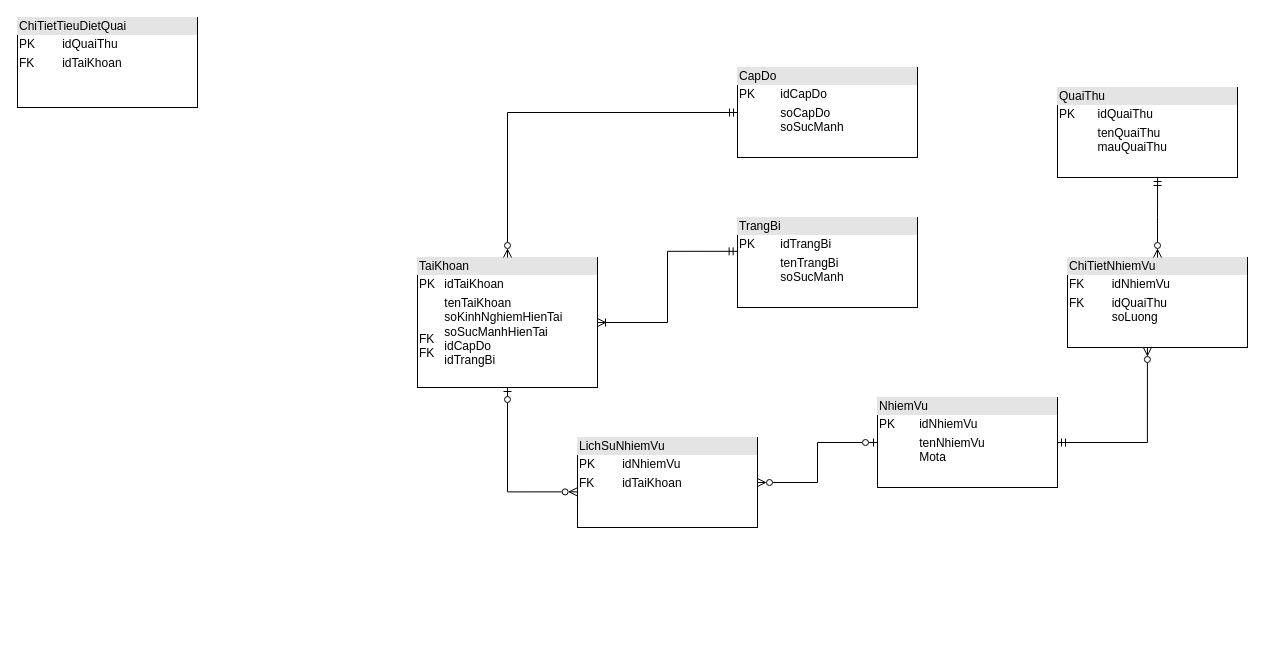
Before: docs/erd/ERD.drawio in khoavu1831/rpg_console, a draw.io diagram. Source tidied: cells renumbered, new cells numbered last; positions are measured from the earlier drawing's top-left corner, leaving out a move shared by most shapes. Both pictures are drawn from the tidied source at 100%, with x=0, y=0 at pixel (17, 17).
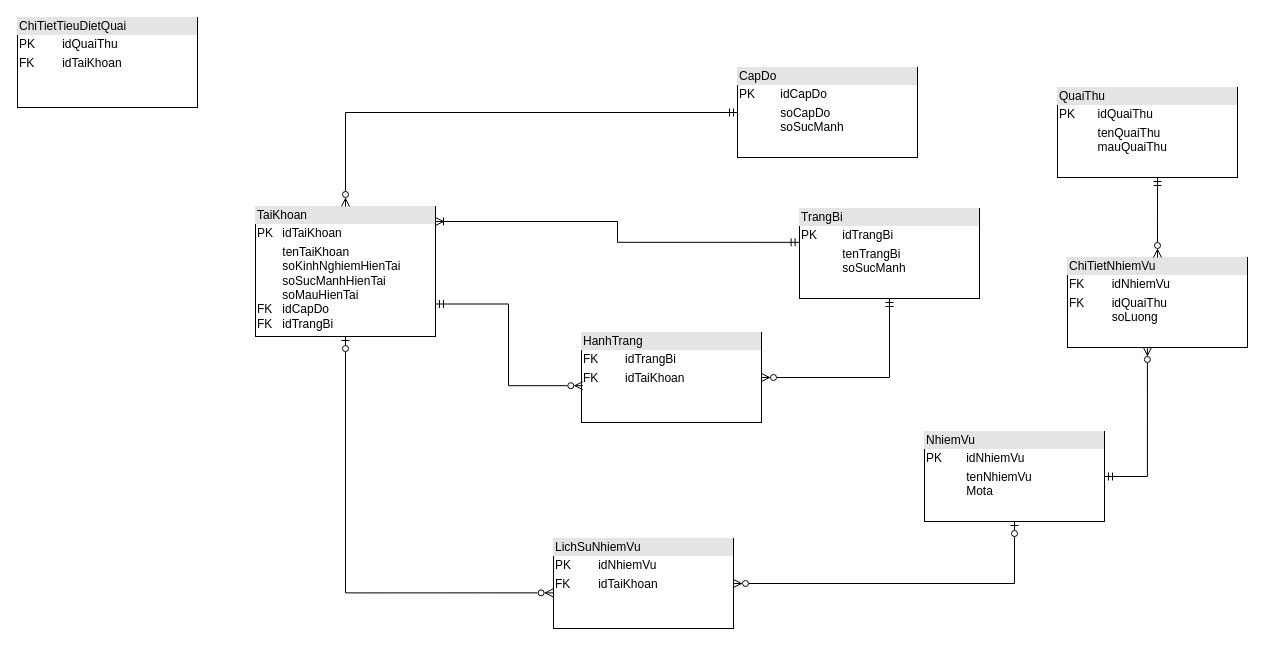
Above is the later version.

Commit message:
docs: cập nhật bản vẽ ERD

Change to the diagram source:
```diff
@@
-    <mxCell id="2" value="&lt;div style=&quot;box-sizing: border-box; width: 100%; background: rgb(228, 228, 228); padding: 2px;&quot;&gt;TaiKhoan&lt;/div&gt;&lt;table style=&quot;width:100%;font-size:1em;&quot; cellpadding=&quot;2&quot; cellspacing=&quot;0&quot;&gt;&lt;tbody&gt;&lt;tr&gt;&lt;td&gt;PK&lt;/td&gt;&lt;td&gt;idTaiKhoan&lt;/td&gt;&lt;/tr&gt;&lt;tr&gt;&lt;td&gt;&lt;br&gt;&lt;br&gt;FK&lt;br&gt;FK&lt;/td&gt;&lt;td&gt;tenTaiKhoan&lt;br&gt;soKinhNghiemHienTai&lt;br&gt;soSucManhHienTai&lt;br&gt;idCapDo&lt;br&gt;idTrangBi&lt;/td&gt;&lt;/tr&gt;&lt;/tbody&gt;&lt;/table&gt;" style="verticalAlign=top;align=left;overflow=fill;html=1;whiteSpace=wrap;" parent="1" vertex="1">
-      <mxGeometry x="400" y="240" width="180" height="130" as="geometry" />
+    <mxCell id="2" value="&lt;div style=&quot;box-sizing: border-box; width: 100%; background: rgb(228, 228, 228); padding: 2px;&quot;&gt;TaiKhoan&lt;/div&gt;&lt;table style=&quot;width:100%;font-size:1em;&quot; cellpadding=&quot;2&quot; cellspacing=&quot;0&quot;&gt;&lt;tbody&gt;&lt;tr&gt;&lt;td&gt;PK&lt;/td&gt;&lt;td&gt;idTaiKhoan&lt;/td&gt;&lt;/tr&gt;&lt;tr&gt;&lt;td&gt;&lt;br&gt;&lt;br&gt;&lt;br&gt;&lt;br&gt;FK&lt;br&gt;FK&lt;/td&gt;&lt;td&gt;tenTaiKhoan&lt;br&gt;soKinhNghiemHienTai&lt;br&gt;soSucManhHienTai&lt;br&gt;soMauHienTai&lt;br&gt;idCapDo&lt;br&gt;idTrangBi&lt;/td&gt;&lt;/tr&gt;&lt;/tbody&gt;&lt;/table&gt;" style="verticalAlign=top;align=left;overflow=fill;html=1;whiteSpace=wrap;" parent="1" vertex="1">
+      <mxGeometry x="238" y="189" width="180" height="130" as="geometry" />
     </mxCell>
@@
     <mxCell id="6" value="&lt;div style=&quot;box-sizing: border-box; width: 100%; background: rgb(228, 228, 228); padding: 2px;&quot;&gt;TrangBi&lt;/div&gt;&lt;table style=&quot;width:100%;font-size:1em;&quot; cellpadding=&quot;2&quot; cellspacing=&quot;0&quot;&gt;&lt;tbody&gt;&lt;tr&gt;&lt;td&gt;PK&lt;/td&gt;&lt;td&gt;idTrangBi&lt;/td&gt;&lt;/tr&gt;&lt;tr&gt;&lt;td&gt;&lt;br&gt;&lt;br&gt;&lt;/td&gt;&lt;td&gt;tenTrangBi&lt;br&gt;soSucManh&lt;br&gt;&lt;/td&gt;&lt;/tr&gt;&lt;/tbody&gt;&lt;/table&gt;" style="verticalAlign=top;align=left;overflow=fill;html=1;whiteSpace=wrap;" parent="1" vertex="1">
-      <mxGeometry x="720" y="200" width="180" height="90" as="geometry" />
+      <mxGeometry x="782" y="191" width="180" height="90" as="geometry" />
     </mxCell>
     <mxCell id="7" style="edgeStyle=orthogonalEdgeStyle;rounded=0;jettySize=auto;html=1;entryX=-0.002;entryY=0.376;entryDx=0;entryDy=0;entryPerimeter=0;endArrow=ERmandOne;endFill=0;startArrow=ERoneToMany;startFill=0;" parent="1" edge="1" source="2" target="6">
-      <mxGeometry relative="1" as="geometry" />
+      <mxGeometry relative="1" as="geometry">
+        <Array as="points">
+          <mxPoint x="600" y="204" />
+          <mxPoint x="600" y="225" />
+        </Array>
+      </mxGeometry>
     </mxCell>
@@
     <mxCell id="9" value="&lt;div style=&quot;box-sizing: border-box; width: 100%; background: rgb(228, 228, 228); padding: 2px;&quot;&gt;NhiemVu&lt;/div&gt;&lt;table style=&quot;width:100%;font-size:1em;&quot; cellpadding=&quot;2&quot; cellspacing=&quot;0&quot;&gt;&lt;tbody&gt;&lt;tr&gt;&lt;td&gt;PK&lt;/td&gt;&lt;td&gt;idNhiemVu&lt;/td&gt;&lt;/tr&gt;&lt;tr&gt;&lt;td&gt;&lt;br&gt;&lt;br&gt;&lt;/td&gt;&lt;td&gt;tenNhiemVu&lt;br&gt;Mota&lt;br&gt;&lt;br&gt;&lt;/td&gt;&lt;/tr&gt;&lt;/tbody&gt;&lt;/table&gt;" style="verticalAlign=top;align=left;overflow=fill;html=1;whiteSpace=wrap;" parent="1" vertex="1">
-      <mxGeometry x="860" y="380" width="180" height="90" as="geometry" />
+      <mxGeometry x="907" y="414" width="180" height="90" as="geometry" />
     </mxCell>
@@
     <mxCell id="11" value="&lt;div style=&quot;box-sizing: border-box; width: 100%; background: rgb(228, 228, 228); padding: 2px;&quot;&gt;LichSuNhiemVu&lt;/div&gt;&lt;table style=&quot;width:100%;font-size:1em;&quot; cellpadding=&quot;2&quot; cellspacing=&quot;0&quot;&gt;&lt;tbody&gt;&lt;tr&gt;&lt;td&gt;PK&lt;/td&gt;&lt;td&gt;idNhiemVu&lt;/td&gt;&lt;/tr&gt;&lt;tr&gt;&lt;td&gt;FK&lt;br&gt;&lt;br&gt;&lt;/td&gt;&lt;td&gt;idTaiKhoan&lt;br&gt;&lt;br&gt;&lt;/td&gt;&lt;/tr&gt;&lt;/tbody&gt;&lt;/table&gt;" style="verticalAlign=top;align=left;overflow=fill;html=1;whiteSpace=wrap;" parent="1" vertex="1">
-      <mxGeometry x="560" y="420" width="180" height="90" as="geometry" />
+      <mxGeometry x="536" y="521" width="180" height="90" as="geometry" />
     </mxCell>
-    <mxCell id="12" style="edgeStyle=orthogonalEdgeStyle;rounded=0;jettySize=auto;html=1;entryX=-0.002;entryY=0.604;entryDx=0;entryDy=0;entryPerimeter=0;endArrow=ERzeroToMany;endFill=0;startArrow=ERzeroToOne;startFill=0;" parent="1" edge="1" source="2" target="11">
+    <mxCell id="12" style="edgeStyle=orthogonalEdgeStyle;rounded=0;jettySize=auto;html=1;entryX=-0.002;entryY=0.604;entryDx=0;entryDy=0;entryPerimeter=0;endArrow=ERzeroToMany;endFill=0;startArrow=ERzeroToOne;startFill=0;exitX=0.5;exitY=1;exitDx=0;exitDy=0;" parent="1" edge="1" source="2" target="11">
       <mxGeometry relative="1" as="geometry" />
     </mxCell>
@@
+    <mxCell id="16" style="edgeStyle=orthogonalEdgeStyle;rounded=0;jettySize=auto;html=1;exitX=1;exitY=0.5;exitDx=0;exitDy=0;endArrow=ERmandOne;endFill=0;startArrow=ERzeroToMany;startFill=0;" parent="1" edge="1" source="17" target="6">
+      <mxGeometry relative="1" as="geometry" />
+    </mxCell>
+    <mxCell id="17" value="&lt;div style=&quot;box-sizing: border-box; width: 100%; background: rgb(228, 228, 228); padding: 2px;&quot;&gt;HanhTrang&lt;/div&gt;&lt;table style=&quot;width:100%;font-size:1em;&quot; cellpadding=&quot;2&quot; cellspacing=&quot;0&quot;&gt;&lt;tbody&gt;&lt;tr&gt;&lt;td&gt;FK&lt;/td&gt;&lt;td&gt;idTrangBi&lt;/td&gt;&lt;/tr&gt;&lt;tr&gt;&lt;td&gt;FK&lt;br&gt;&lt;br&gt;&lt;/td&gt;&lt;td&gt;idTaiKhoan&lt;br&gt;&lt;br&gt;&lt;/td&gt;&lt;/tr&gt;&lt;/tbody&gt;&lt;/table&gt;" style="verticalAlign=top;align=left;overflow=fill;html=1;whiteSpace=wrap;" parent="1" vertex="1">
+      <mxGeometry x="564" y="315" width="180" height="90" as="geometry" />
+    </mxCell>
+    <mxCell id="18" style="edgeStyle=orthogonalEdgeStyle;rounded=0;jettySize=auto;html=1;exitX=1;exitY=0.75;exitDx=0;exitDy=0;entryX=0.007;entryY=0.591;entryDx=0;entryDy=0;entryPerimeter=0;startArrow=ERmandOne;startFill=0;endArrow=ERzeroToMany;endFill=0;" parent="1" edge="1" source="2" target="17">
+      <mxGeometry relative="1" as="geometry" />
+    </mxCell>
```
